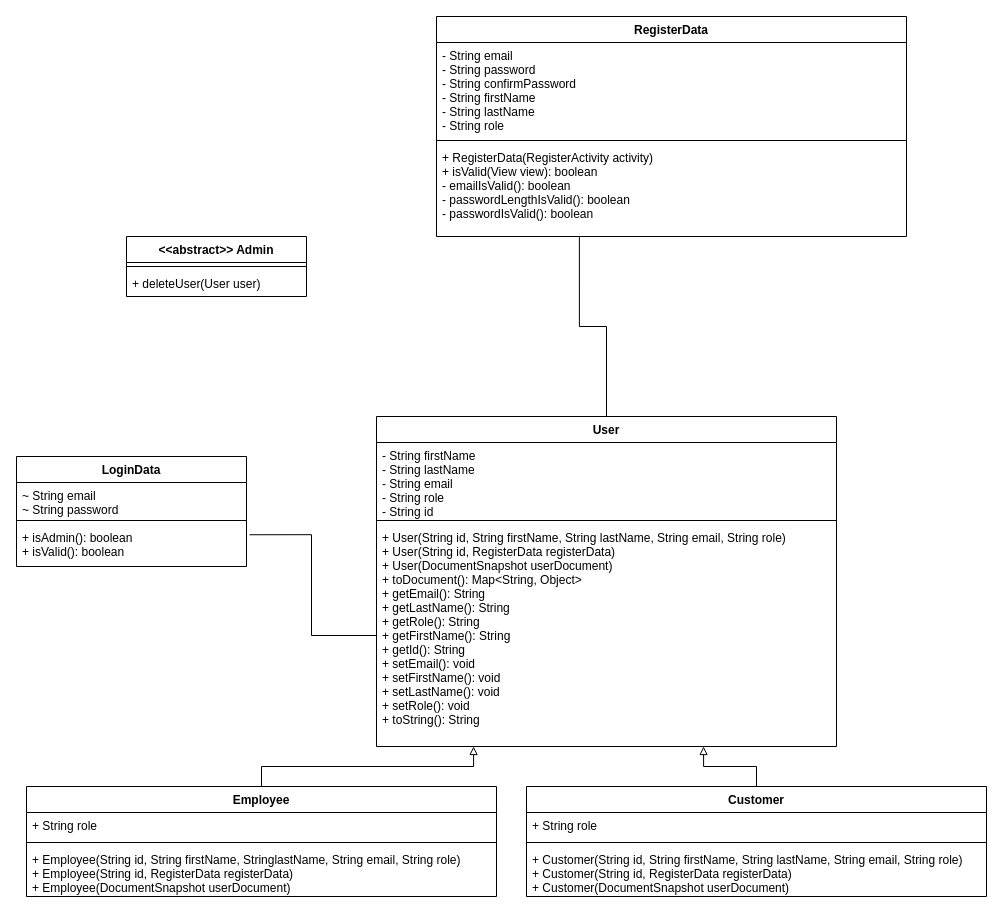
Before: UML Diagram.drawio in SEG2105-uottawa/Service-Novigrad, a draw.io diagram. Source tidied: cells renumbered, new cells numbered last; positions are measured from the earlier drawing's top-left corner, leaving out a move shared by most shapes. Both pictures are drawn from the tidied source at 100%, with x=0, y=0 at pixel (16, 16).
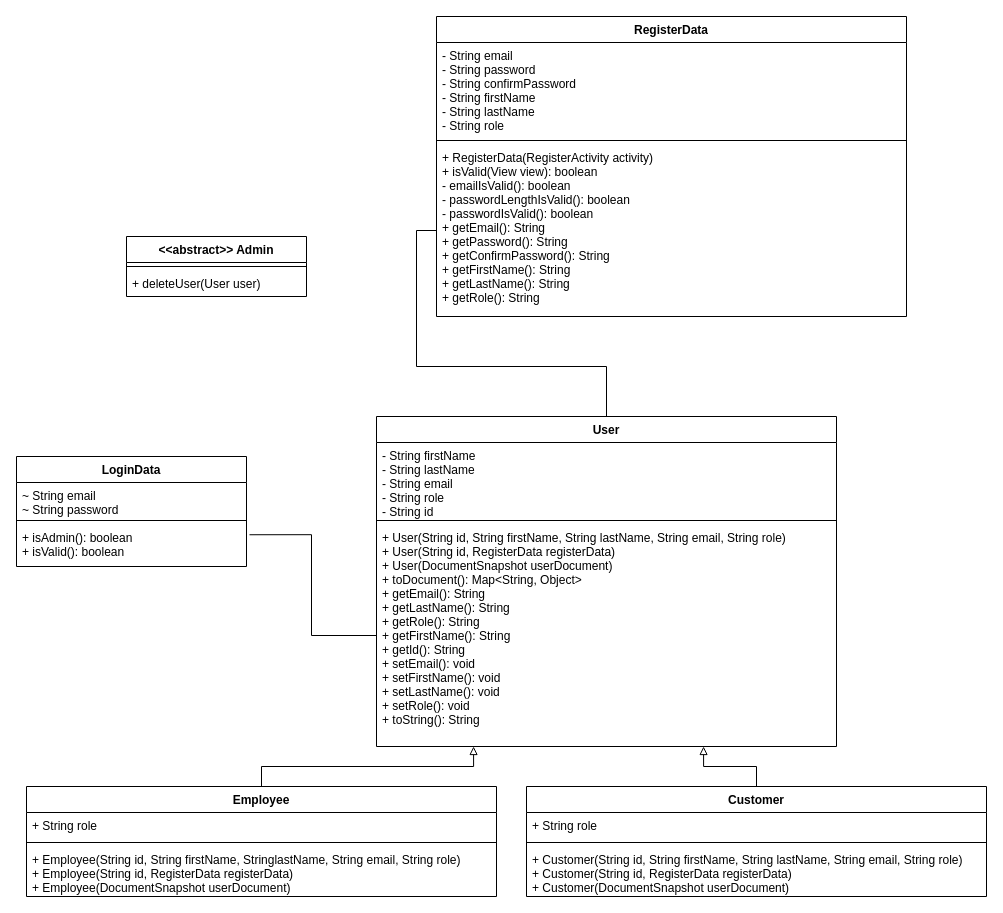
The same page after the edit.

The change refers to these unchanged cells:
```xml
<mxCell id="22" value="User" style="swimlane;fontStyle=1;align=center;verticalAlign=top;horizontal=1;startSize=26;" parent="1" vertex="1">
  <mxGeometry x="360" y="400" width="460" height="330" as="geometry" />
</mxCell>
```

Change to the diagram source:
```diff
@@
-    <mxCell id="4" style="edgeStyle=orthogonalEdgeStyle;rounded=0;jettySize=auto;html=1;exitX=0.5;exitY=0;exitDx=0;exitDy=0;entryX=0.304;entryY=1.007;entryDx=0;entryDy=0;entryPerimeter=0;endArrow=none;endFill=0;" parent="1" edge="1" source="22" target="8">
-      <mxGeometry relative="1" as="geometry" />
-    </mxCell>
     <mxCell id="5" value="RegisterData" style="swimlane;fontStyle=1;align=center;verticalAlign=top;horizontal=1;startSize=26;" parent="1" vertex="1">
-      <mxGeometry x="420" width="470" height="220" as="geometry" />
+      <mxGeometry x="420" width="470" height="300" as="geometry" />
     </mxCell>
@@
-    <mxCell id="8" value="+ RegisterData(RegisterActivity activity) &#10;+ isValid(View view): boolean &#10;- emailIsValid(): boolean &#10;- passwordLengthIsValid(): boolean&#10;- passwordIsValid(): boolean&#10;&#10;" style="text;strokeColor=none;fillColor=none;align=left;verticalAlign=top;spacingLeft=4;spacingRight=4;overflow=hidden;points=[[0,0.5],[1,0.5]];portConstraint=eastwest;" parent="5" vertex="1">
-      <mxGeometry y="128" width="470" height="92" as="geometry" />
+    <mxCell id="8" value="+ RegisterData(RegisterActivity activity) &#10;+ isValid(View view): boolean &#10;- emailIsValid(): boolean &#10;- passwordLengthIsValid(): boolean&#10;- passwordIsValid(): boolean&#10;+ getEmail(): String&#10;+ getPassword(): String&#10;+ getConfirmPassword(): String&#10;+ getFirstName(): String&#10;+ getLastName(): String&#10;+ getRole(): String&#10;&#10;" style="text;strokeColor=none;fillColor=none;align=left;verticalAlign=top;spacingLeft=4;spacingRight=4;overflow=hidden;points=[[0,0.5],[1,0.5]];portConstraint=eastwest;" parent="5" vertex="1">
+      <mxGeometry y="128" width="470" height="172" as="geometry" />
     </mxCell>
@@
+    <mxCell id="4" style="edgeStyle=orthogonalEdgeStyle;rounded=0;jettySize=auto;html=1;exitX=0.5;exitY=0;exitDx=0;exitDy=0;entryX=0;entryY=0.5;entryDx=0;entryDy=0;endArrow=none;endFill=0;" parent="1" edge="1" source="22" target="8">
+      <mxGeometry relative="1" as="geometry" />
+    </mxCell>
```
